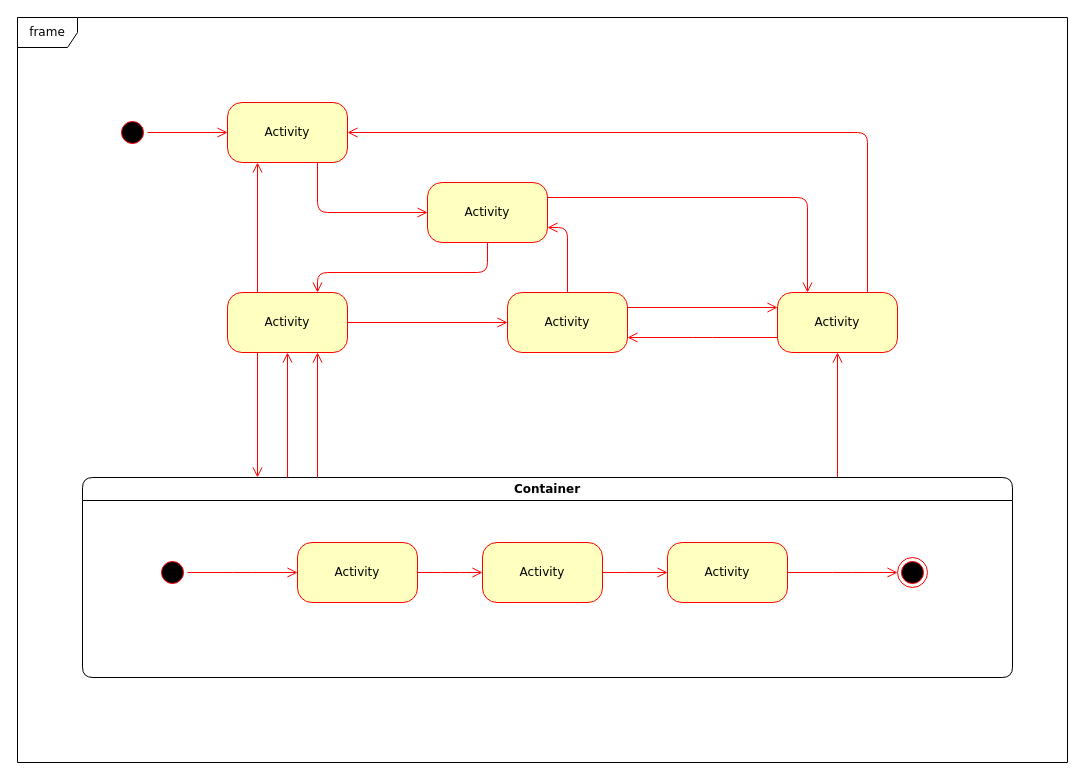
Before: Untitled Diagram.drawio in jaeyong1/drawio_storage, a draw.io diagram. Source tidied: cells renumbered, new cells numbered last; positions are measured from the earlier drawing's top-left corner, leaving out a move shared by most shapes. Both pictures are drawn from the tidied source at 100%, with x=0, y=0 at pixel (17, 17).
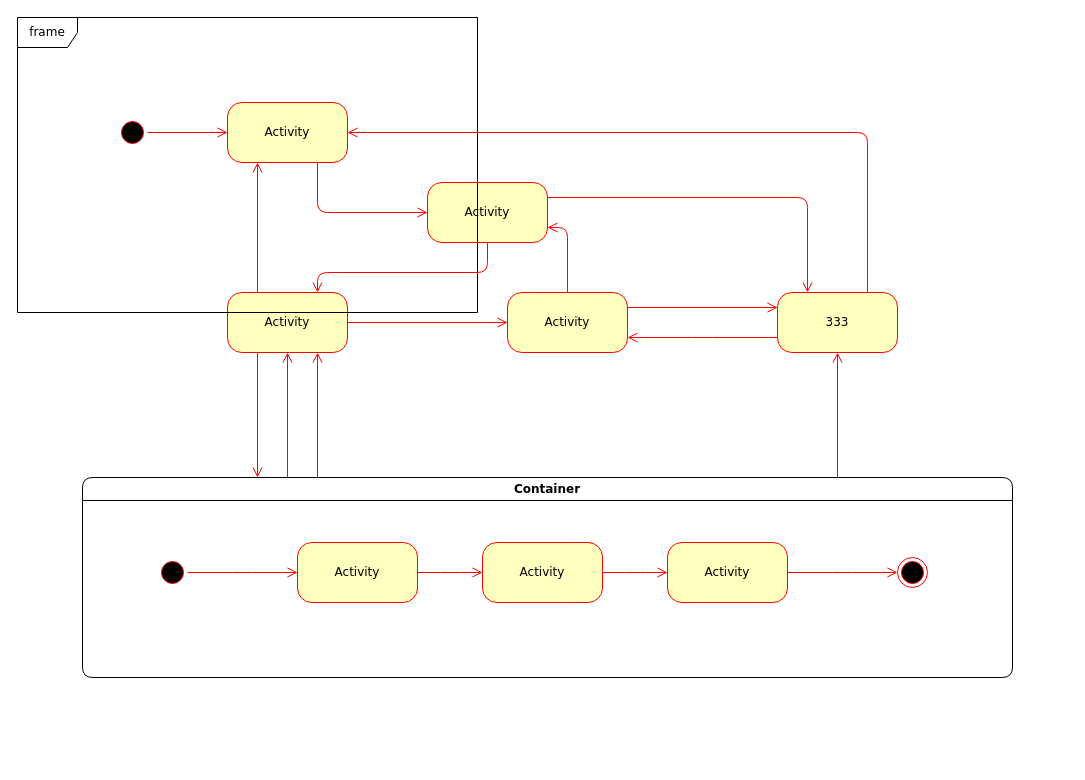
After the change.

Diff of the diagram source:
```diff
@@
-    <mxCell id="9" value="Activity" style="rounded=1;whiteSpace=wrap;html=1;arcSize=24;fillColor=#ffffc0;strokeColor=#ff0000;shadow=0;comic=0;labelBackgroundColor=none;fontFamily=Verdana;fontSize=12;fontColor=#000000;align=center;" parent="1" vertex="1">
+    <mxCell id="9" value="333" style="rounded=1;whiteSpace=wrap;html=1;arcSize=24;fillColor=#ffffc0;strokeColor=#ff0000;shadow=0;comic=0;labelBackgroundColor=none;fontFamily=Verdana;fontSize=12;fontColor=#000000;align=center;" parent="1" vertex="1">
       <mxGeometry x="760" y="275" width="120" height="60" as="geometry" />
     </mxCell>
@@
     <mxCell id="22" value="frame" style="shape=umlFrame;whiteSpace=wrap;html=1;rounded=1;shadow=0;comic=0;labelBackgroundColor=none;strokeColor=#000000;strokeWidth=1;fillColor=#ffffff;fontFamily=Verdana;fontSize=12;fontColor=#000000;align=center;" parent="1" vertex="1">
-      <mxGeometry width="1050" height="745" as="geometry" />
+      <mxGeometry width="460" height="295" as="geometry" />
     </mxCell>
```
